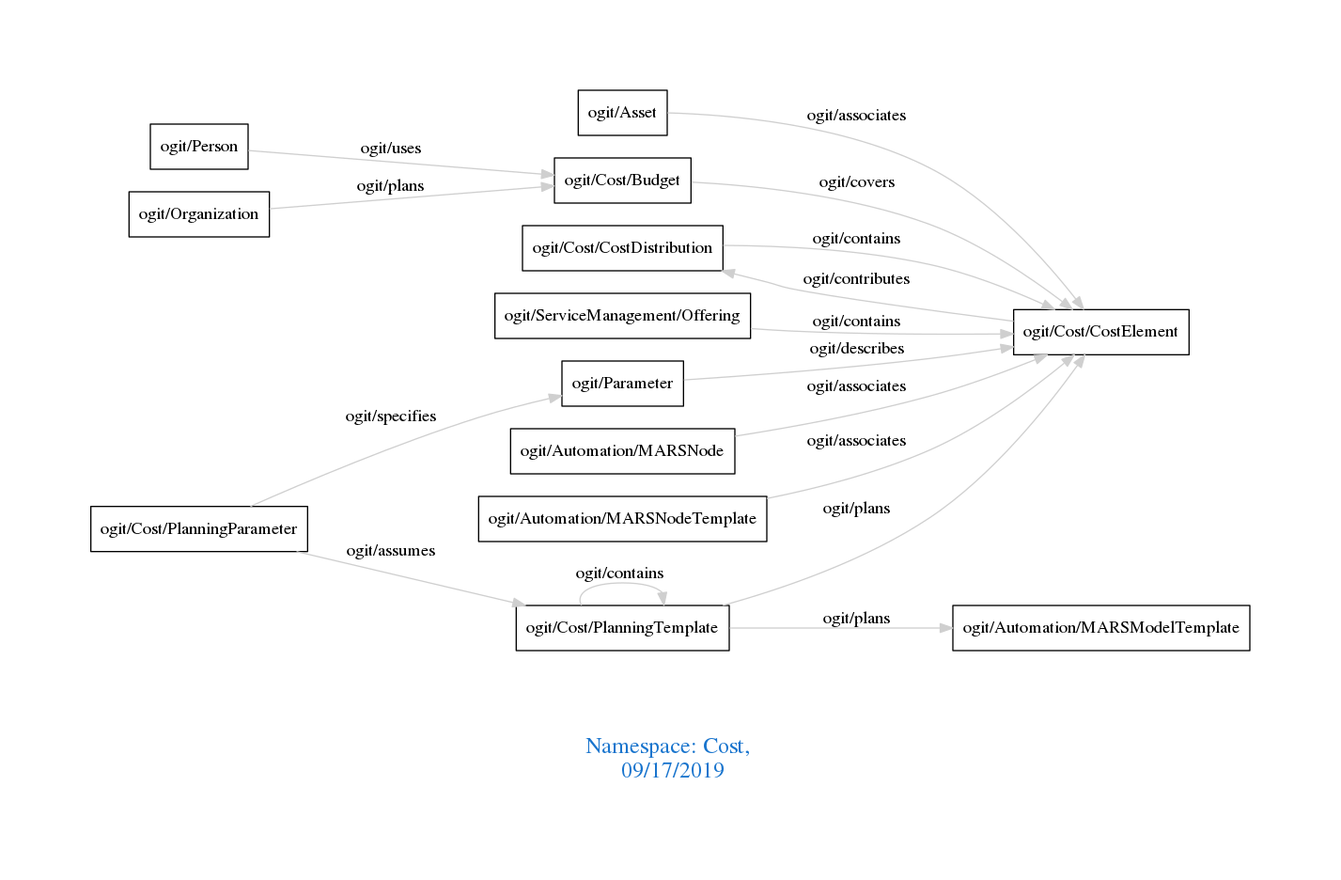
The Graphviz diagram downloads/Cost.png in arago/OGIT, before a commit. Its source is kept beside it as downloads/Cost.dot.
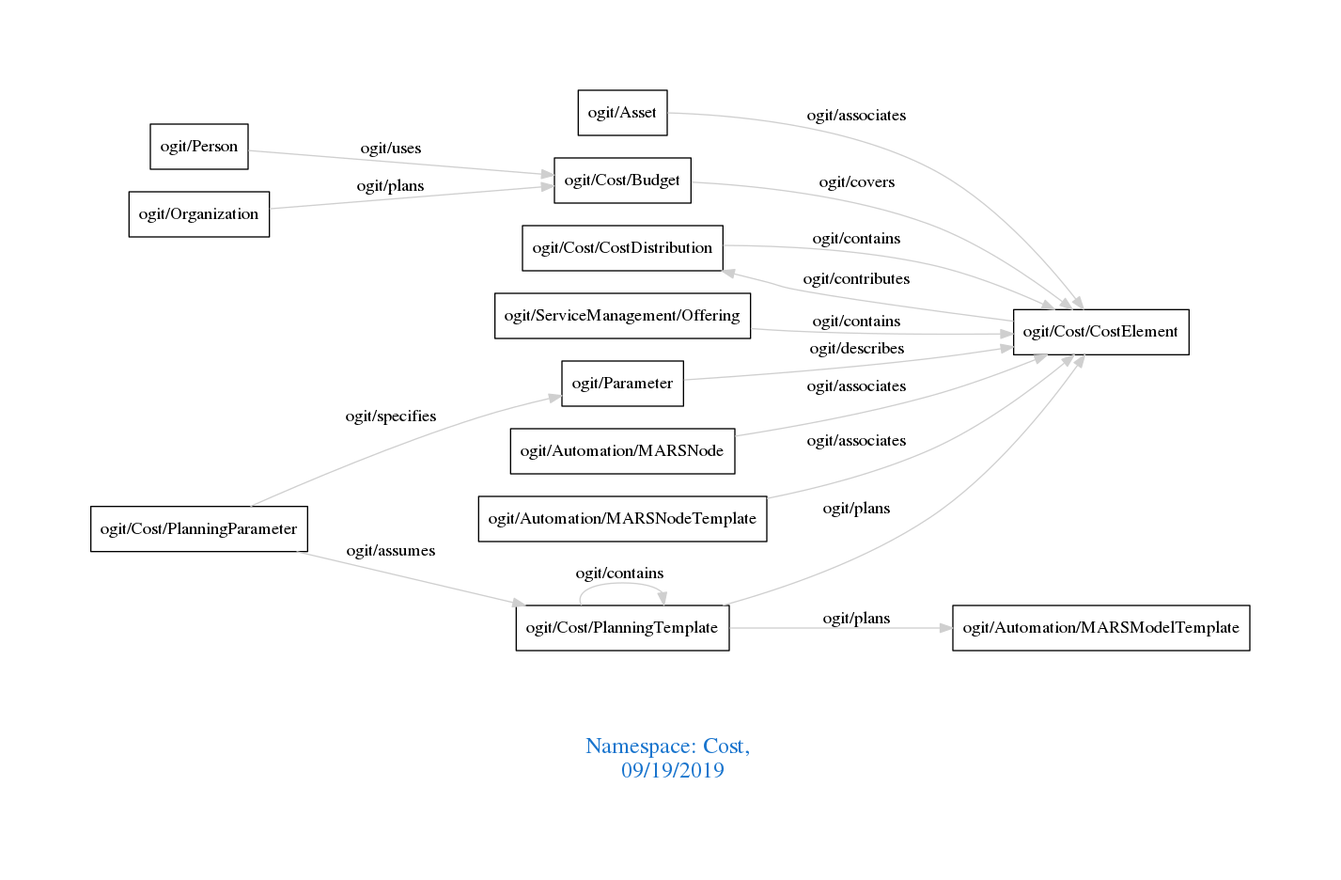
After the change.

Change to the diagram source:
```diff
@@ -1,7 +1,7 @@
 digraph OGIT_ontology {
  graph [ rankdir= LR,pad=1
 fontsize = 18,
-fontcolor= dodgerblue3,label = "\n\n\nNamespace: Cost, \n 09/17/2019"];
+fontcolor= dodgerblue3,label = "\n\n\nNamespace: Cost, \n 09/19/2019"];
 node[shape=polygon];
 edge [  color="gray81"];
 
```
